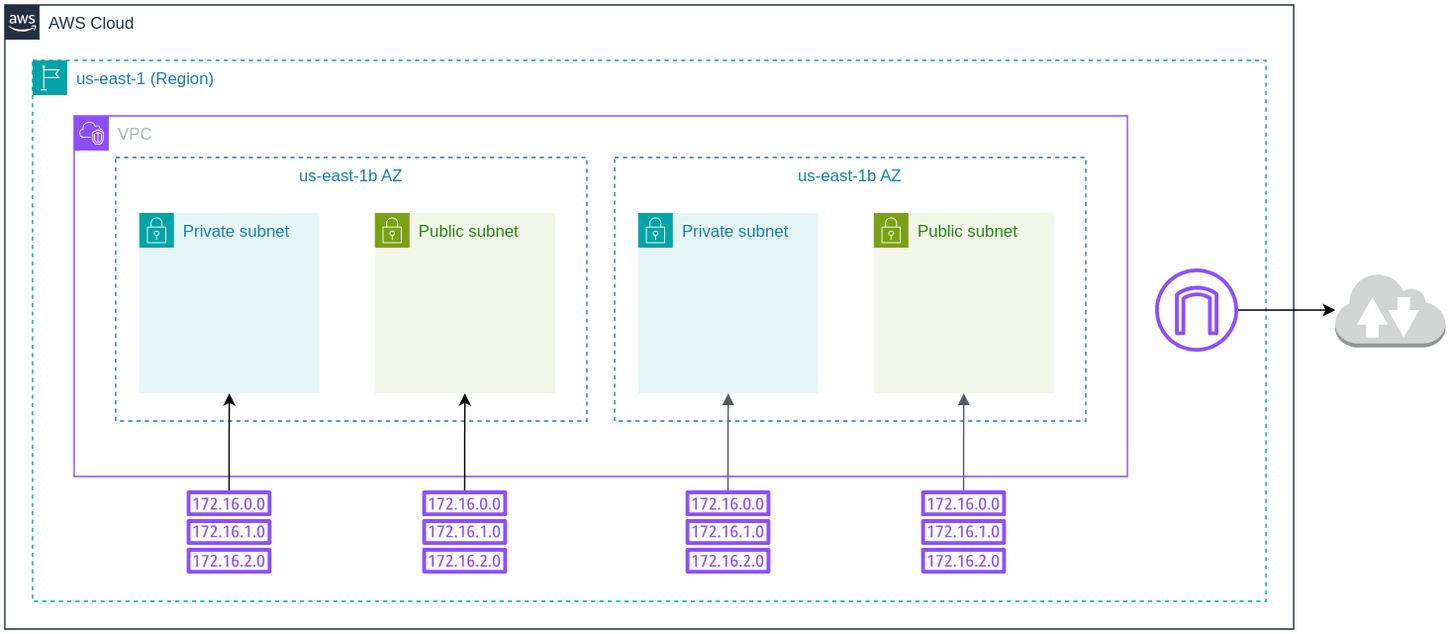
GabrielSGoncalves/udacity_cloud_devops_engineer_nanodegree keeps this draw.io diagram as project2_webapp_with_cloudformation/udacity_project_2_architecture_diagram.drawio.svg. Above is the earlier version. Source tidied: cells renumbered, new cells last; positions are measured from the earlier drawing's top-left corner, leaving out a move shared by most shapes.
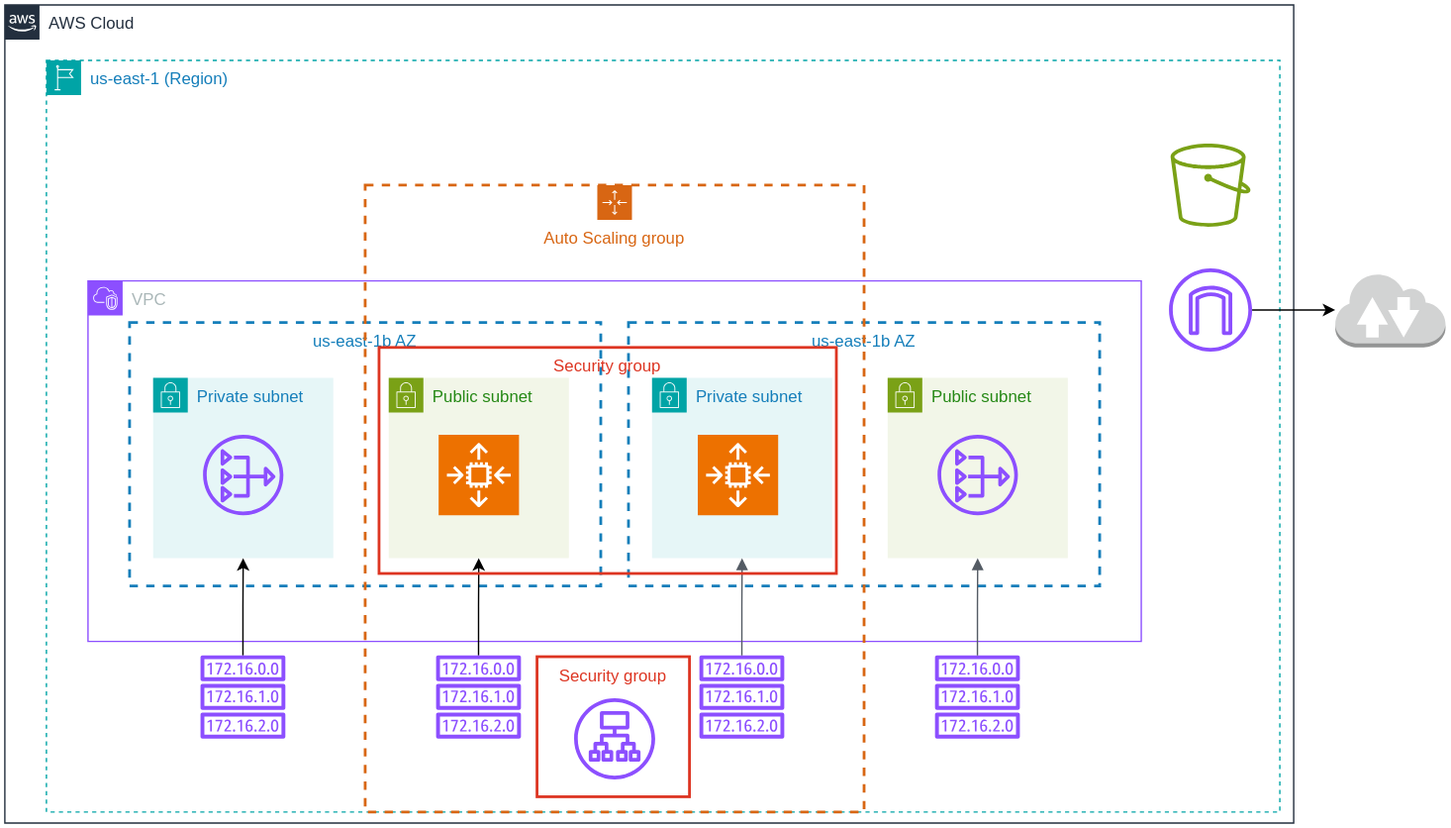
Above is the later version.

The edit, as a diff of the source:
```diff
@@ -3,13 +3,13 @@
     <mxCell id="0" />
     <mxCell id="1" parent="0" />
     <mxCell id="2" value="AWS Cloud" style="gradientColor=none;html=1;whiteSpace=wrap;fontSize=12;fontStyle=0;shape=mxgraph.aws4.group;grIcon=mxgraph.aws4.group_aws_cloud_alt;strokeColor=#232F3E;fillColor=none;verticalAlign=top;align=left;spacingLeft=30;fontColor=#232F3E;dashed=0;" parent="1" vertex="1">
-      <mxGeometry width="930" height="450" as="geometry" />
+      <mxGeometry width="930" height="590" as="geometry" />
     </mxCell>
     <mxCell id="3" value="us-east-1 (Region)" style="gradientColor=none;html=1;whiteSpace=wrap;fontSize=12;fontStyle=0;shape=mxgraph.aws4.group;grIcon=mxgraph.aws4.group_region;strokeColor=#00A4A6;fillColor=none;verticalAlign=top;align=left;spacingLeft=30;fontColor=#147EBA;dashed=1;" parent="2" vertex="1">
-      <mxGeometry x="20" y="40" width="890" height="390" as="geometry" />
+      <mxGeometry x="30" y="40" width="890" height="542" as="geometry" />
     </mxCell>
     <mxCell id="4" value="VPC" style="gradientColor=none;html=1;whiteSpace=wrap;fontSize=12;fontStyle=0;shape=mxgraph.aws4.group;grIcon=mxgraph.aws4.group_vpc2;strokeColor=#8C4FFF;fillColor=none;verticalAlign=top;align=left;spacingLeft=30;fontColor=#AAB7B8;dashed=0;" parent="3" vertex="1">
-      <mxGeometry x="30" y="40" width="760" height="260" as="geometry" />
+      <mxGeometry x="30" y="159" width="760" height="260" as="geometry" />
     </mxCell>
     <mxCell id="5" value="Private subnet" style="points=[[0,0],[0.25,0],[0.5,0],[0.75,0],[1,0],[1,0.25],[1,0.5],[1,0.75],[1,1],[0.75,1],[0.5,1],[0.25,1],[0,1],[0,0.75],[0,0.5],[0,0.25]];outlineConnect=0;gradientColor=none;html=1;whiteSpace=wrap;fontSize=12;fontStyle=0;shape=mxgraph.aws4.group;grIcon=mxgraph.aws4.group_security_group;grStroke=0;strokeColor=#00A4A6;fillColor=#E6F6F7;verticalAlign=top;align=left;spacingLeft=30;fontColor=#147EBA;dashed=0;" parent="4" vertex="1">
       <mxGeometry x="47" y="70" width="130" height="130" as="geometry" />
@@ -20,15 +20,21 @@
     <mxCell id="7" value="Private subnet" style="points=[[0,0],[0.25,0],[0.5,0],[0.75,0],[1,0],[1,0.25],[1,0.5],[1,0.75],[1,1],[0.75,1],[0.5,1],[0.25,1],[0,1],[0,0.75],[0,0.5],[0,0.25]];outlineConnect=0;gradientColor=none;html=1;whiteSpace=wrap;fontSize=12;fontStyle=0;shape=mxgraph.aws4.group;grIcon=mxgraph.aws4.group_security_group;grStroke=0;strokeColor=#00A4A6;fillColor=#E6F6F7;verticalAlign=top;align=left;spacingLeft=30;fontColor=#147EBA;dashed=0;" parent="4" vertex="1">
       <mxGeometry x="407" y="70" width="130" height="130" as="geometry" />
     </mxCell>
+    <mxCell id="10" value="us-east-1b AZ" style="fillColor=none;strokeColor=#147EBA;dashed=1;verticalAlign=top;fontStyle=0;fontColor=#147EBA;whiteSpace=wrap;html=1;strokeWidth=2;" parent="4" vertex="1">
+      <mxGeometry x="30" y="30" width="340" height="190" as="geometry" />
+    </mxCell>
     <mxCell id="8" value="Public subnet" style="points=[[0,0],[0.25,0],[0.5,0],[0.75,0],[1,0],[1,0.25],[1,0.5],[1,0.75],[1,1],[0.75,1],[0.5,1],[0.25,1],[0,1],[0,0.75],[0,0.5],[0,0.25]];outlineConnect=0;gradientColor=none;html=1;whiteSpace=wrap;fontSize=12;fontStyle=0;shape=mxgraph.aws4.group;grIcon=mxgraph.aws4.group_security_group;grStroke=0;strokeColor=#7AA116;fillColor=#F2F6E8;verticalAlign=top;align=left;spacingLeft=30;fontColor=#248814;dashed=0;" parent="4" vertex="1">
       <mxGeometry x="577" y="70" width="130" height="130" as="geometry" />
     </mxCell>
-    <mxCell id="9" value="us-east-1b AZ" style="fillColor=none;strokeColor=#147EBA;dashed=1;verticalAlign=top;fontStyle=0;fontColor=#147EBA;whiteSpace=wrap;html=1;" parent="4" vertex="1">
+    <mxCell id="9" value="us-east-1b AZ" style="fillColor=none;strokeColor=#147EBA;dashed=1;verticalAlign=top;fontStyle=0;fontColor=#147EBA;whiteSpace=wrap;html=1;strokeWidth=2;" parent="4" vertex="1">
       <mxGeometry x="390" y="30" width="340" height="190" as="geometry" />
     </mxCell>
-    <mxCell id="10" value="us-east-1b AZ" style="fillColor=none;strokeColor=#147EBA;dashed=1;verticalAlign=top;fontStyle=0;fontColor=#147EBA;whiteSpace=wrap;html=1;" parent="4" vertex="1">
-      <mxGeometry x="30" y="30" width="340" height="190" as="geometry" />
-    </mxCell>
+    <mxCell id="22" style="sketch=0;fontColor=#232F3E;gradientColor=none;fillColor=#8C4FFF;strokeColor=none;dashed=0;verticalLabelPosition=bottom;verticalAlign=top;align=center;html=1;fontSize=12;fontStyle=0;shape=mxgraph.aws4.nat_gateway;" parent="4" vertex="1">
+      <mxGeometry x="83" y="111" width="58" height="58" as="geometry" />
+    </mxCell>
+    <mxCell id="23" style="sketch=0;fontColor=#232F3E;gradientColor=none;fillColor=#8C4FFF;strokeColor=none;dashed=0;verticalLabelPosition=bottom;verticalAlign=top;align=center;html=1;fontSize=12;fontStyle=0;shape=mxgraph.aws4.nat_gateway;" parent="4" vertex="1">
+      <mxGeometry x="613" y="111" width="58" height="58" as="geometry" />
+    </mxCell>
     <mxCell id="11" style="sketch=0;outlineConnect=0;fontColor=#232F3E;gradientColor=none;fillColor=#8C4FFF;strokeColor=none;dashed=0;verticalLabelPosition=bottom;verticalAlign=top;align=center;html=1;fontSize=12;fontStyle=0;shape=mxgraph.aws4.internet_gateway;" parent="3" vertex="1">
       <mxGeometry x="810" y="150" width="60" height="60" as="geometry" />
     </mxCell>
@@ -36,19 +42,19 @@
       <mxGeometry relative="1" as="geometry" />
     </mxCell>
     <mxCell id="13" style="sketch=0;outlineConnect=0;fontColor=#232F3E;gradientColor=none;fillColor=#8C4FFF;strokeColor=none;dashed=0;verticalLabelPosition=bottom;verticalAlign=top;align=center;html=1;fontSize=12;fontStyle=0;shape=mxgraph.aws4.route_table;" parent="3" vertex="1">
-      <mxGeometry x="111" y="310" width="61.6" height="60" as="geometry" />
+      <mxGeometry x="111" y="429" width="61.6" height="60" as="geometry" />
     </mxCell>
     <mxCell id="14" style="sketch=0;outlineConnect=0;fontColor=#232F3E;gradientColor=none;fillColor=#8C4FFF;strokeColor=none;dashed=0;verticalLabelPosition=bottom;verticalAlign=top;align=center;html=1;fontSize=12;fontStyle=0;shape=mxgraph.aws4.route_table;" parent="3" vertex="1">
-      <mxGeometry x="641" y="310" width="61.6" height="60" as="geometry" />
+      <mxGeometry x="641" y="429" width="61.6" height="60" as="geometry" />
     </mxCell>
     <mxCell id="15" style="sketch=0;outlineConnect=0;fontColor=#232F3E;gradientColor=none;fillColor=#8C4FFF;strokeColor=none;dashed=0;verticalLabelPosition=bottom;verticalAlign=top;align=center;html=1;fontSize=12;fontStyle=0;shape=mxgraph.aws4.route_table;" parent="3" vertex="1">
-      <mxGeometry x="471" y="310" width="61.6" height="60" as="geometry" />
+      <mxGeometry x="471" y="429" width="61.6" height="60" as="geometry" />
     </mxCell>
     <mxCell id="16" style="edgeStyle=orthogonalEdgeStyle;rounded=0;jettySize=auto;html=1;entryX=0.5;entryY=1;entryDx=0;entryDy=0;" parent="3" edge="1" source="17" target="6">
       <mxGeometry relative="1" as="geometry" />
     </mxCell>
     <mxCell id="17" style="sketch=0;outlineConnect=0;fontColor=#232F3E;gradientColor=none;fillColor=#8C4FFF;strokeColor=none;dashed=0;verticalLabelPosition=bottom;verticalAlign=top;align=center;html=1;fontSize=12;fontStyle=0;shape=mxgraph.aws4.route_table;" parent="3" vertex="1">
-      <mxGeometry x="281" y="310" width="61.6" height="60" as="geometry" />
+      <mxGeometry x="281" y="429" width="61.6" height="60" as="geometry" />
     </mxCell>
     <mxCell id="18" style="edgeStyle=orthogonalEdgeStyle;html=1;endArrow=block;elbow=vertical;startArrow=none;endFill=1;strokeColor=#545B64;rounded=0;" parent="3" edge="1" source="15" target="7">
       <mxGeometry relative="1" as="geometry" />
@@ -56,6 +62,27 @@
     <mxCell id="19" style="edgeStyle=orthogonalEdgeStyle;html=1;endArrow=block;elbow=vertical;startArrow=none;endFill=1;strokeColor=#545B64;rounded=0;entryX=0.5;entryY=1;entryDx=0;entryDy=0;" parent="3" edge="1" source="14" target="8">
       <mxGeometry relative="1" as="geometry" />
     </mxCell>
+    <mxCell id="24" value="Auto Scaling group" style="gradientColor=none;html=1;whiteSpace=wrap;fontSize=12;fontStyle=0;shape=mxgraph.aws4.groupCenter;grIcon=mxgraph.aws4.group_auto_scaling_group;grStroke=1;strokeColor=#D86613;fillColor=none;verticalAlign=top;align=center;fontColor=#D86613;dashed=1;spacingTop=25;strokeWidth=2;" parent="3" vertex="1">
+      <mxGeometry x="230" y="90" width="360" height="452" as="geometry" />
+    </mxCell>
+    <mxCell id="25" value="Security group" style="fillColor=none;strokeColor=#DD3522;verticalAlign=top;fontStyle=0;fontColor=#DD3522;whiteSpace=wrap;html=1;strokeWidth=2;" parent="24" vertex="1">
+      <mxGeometry x="10" y="117" width="330" height="163" as="geometry" />
+    </mxCell>
+    <mxCell id="26" value="Security group" style="fillColor=none;strokeColor=#DD3522;verticalAlign=top;fontStyle=0;fontColor=#DD3522;whiteSpace=wrap;html=1;strokeWidth=2;" parent="24" vertex="1">
+      <mxGeometry x="124" y="340" width="110" height="101" as="geometry" />
+    </mxCell>
+    <mxCell id="27" style="sketch=0;fontColor=#232F3E;gradientColor=none;fillColor=#8C4FFF;strokeColor=none;dashed=0;verticalLabelPosition=bottom;verticalAlign=top;align=center;html=1;fontSize=12;fontStyle=0;shape=mxgraph.aws4.application_load_balancer;" parent="24" vertex="1">
+      <mxGeometry x="150.8" y="370" width="58.5" height="58.5" as="geometry" />
+    </mxCell>
+    <mxCell id="28" style="sketch=0;fontColor=#232F3E;fillColor=#ED7100;strokeColor=#ffffff;dashed=0;verticalLabelPosition=bottom;verticalAlign=top;align=center;html=1;fontSize=12;fontStyle=0;shape=mxgraph.aws4.resourceIcon;resIcon=mxgraph.aws4.auto_scaling2;" parent="24" vertex="1">
+      <mxGeometry x="53" y="180" width="58" height="58" as="geometry" />
+    </mxCell>
+    <mxCell id="29" style="sketch=0;fontColor=#232F3E;fillColor=#ED7100;strokeColor=#ffffff;dashed=0;verticalLabelPosition=bottom;verticalAlign=top;align=center;html=1;fontSize=12;fontStyle=0;shape=mxgraph.aws4.resourceIcon;resIcon=mxgraph.aws4.auto_scaling2;" parent="24" vertex="1">
+      <mxGeometry x="240" y="180" width="58" height="58" as="geometry" />
+    </mxCell>
+    <mxCell id="30" style="sketch=0;fontColor=#232F3E;gradientColor=none;fillColor=#7AA116;strokeColor=none;dashed=0;verticalLabelPosition=bottom;verticalAlign=top;align=center;html=1;fontSize=12;fontStyle=0;shape=mxgraph.aws4.bucket;" parent="3" vertex="1">
+      <mxGeometry x="811.2" y="60" width="57.7" height="60" as="geometry" />
+    </mxCell>
     <mxCell id="20" style="outlineConnect=0;dashed=0;verticalLabelPosition=bottom;verticalAlign=top;align=center;html=1;shape=mxgraph.aws3.internet_2;fillColor=#D2D3D3;gradientColor=none;" parent="1" vertex="1">
       <mxGeometry x="960" y="193" width="79.5" height="54" as="geometry" />
     </mxCell>
```
